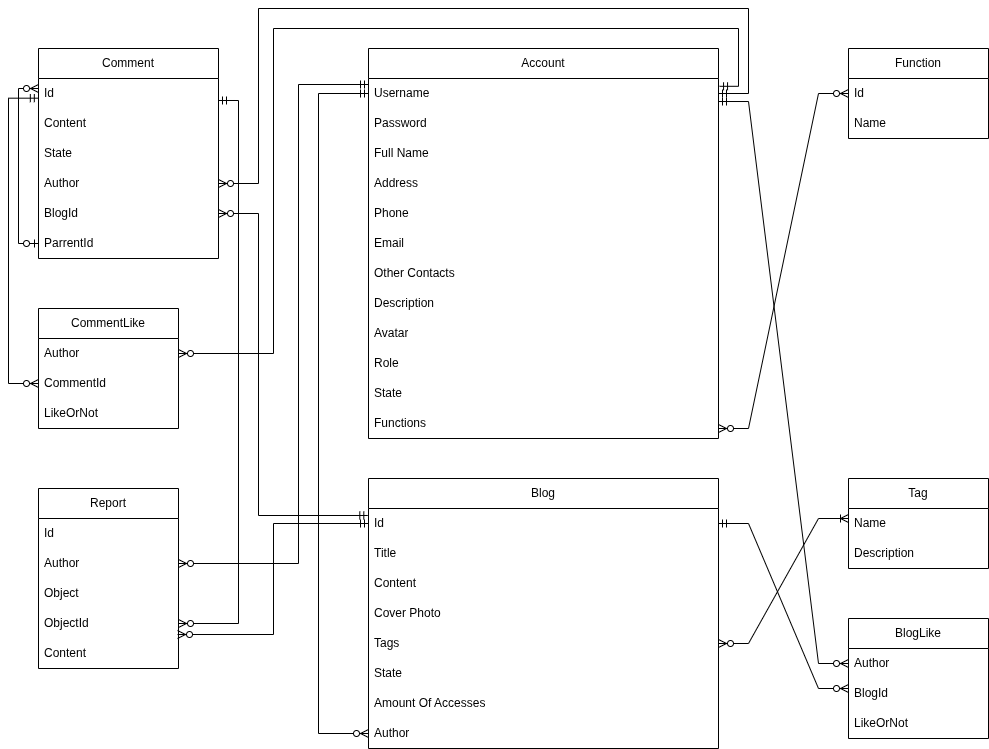
The draw.io diagram README/BlogAppDiagram.png in kieudangkimbao2000/BlogApp, before a commit. Source tidied: cells renumbered, new cells last; positions are measured from the earlier drawing's top-left corner, leaving out a move shared by most shapes.
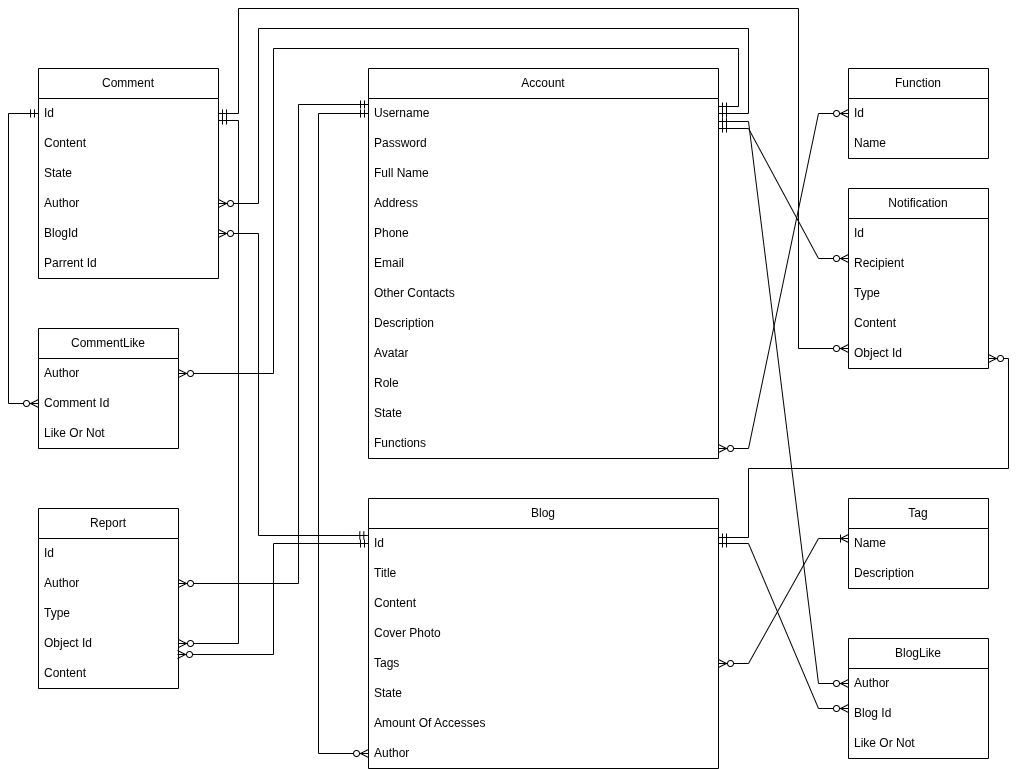
Above is the later version.

Commit message:
[Common + Backend] Modify Entities and Diagram.

The edit, as a diff of the source:
```diff
@@ -104,7 +104,7 @@
     <mxCell id="35" value="BlogId" style="text;strokeColor=none;fillColor=none;align=left;verticalAlign=middle;spacingLeft=4;spacingRight=4;overflow=hidden;points=[[0,0.5],[1,0.5]];portConstraint=eastwest;whiteSpace=wrap;html=1;" parent="30" vertex="1">
       <mxGeometry y="150" width="180" height="30" as="geometry" />
     </mxCell>
-    <mxCell id="36" value="ParrentId" style="text;strokeColor=none;fillColor=none;align=left;verticalAlign=middle;spacingLeft=4;spacingRight=4;overflow=hidden;points=[[0,0.5],[1,0.5]];portConstraint=eastwest;whiteSpace=wrap;html=1;" parent="30" vertex="1">
+    <mxCell id="36" value="Parrent Id" style="text;strokeColor=none;fillColor=none;align=left;verticalAlign=middle;spacingLeft=4;spacingRight=4;overflow=hidden;points=[[0,0.5],[1,0.5]];portConstraint=eastwest;whiteSpace=wrap;html=1;" parent="30" vertex="1">
       <mxGeometry y="180" width="180" height="30" as="geometry" />
     </mxCell>
     <mxCell id="37" value="CommentLike" style="swimlane;fontStyle=0;horizontal=1;startSize=30;whiteSpace=wrap;html=1;" parent="1" vertex="1">
@@ -113,10 +113,10 @@
     <mxCell id="38" value="Author" style="text;strokeColor=none;fillColor=none;align=left;verticalAlign=middle;spacingLeft=4;spacingRight=4;overflow=hidden;points=[[0,0.5],[1,0.5]];portConstraint=eastwest;whiteSpace=wrap;html=1;" parent="37" vertex="1">
       <mxGeometry y="30" width="140" height="30" as="geometry" />
     </mxCell>
-    <mxCell id="39" value="CommentId" style="text;strokeColor=none;fillColor=none;align=left;verticalAlign=middle;spacingLeft=4;spacingRight=4;overflow=hidden;points=[[0,0.5],[1,0.5]];portConstraint=eastwest;whiteSpace=wrap;html=1;" parent="37" vertex="1">
+    <mxCell id="39" value="Comment Id" style="text;strokeColor=none;fillColor=none;align=left;verticalAlign=middle;spacingLeft=4;spacingRight=4;overflow=hidden;points=[[0,0.5],[1,0.5]];portConstraint=eastwest;whiteSpace=wrap;html=1;" parent="37" vertex="1">
       <mxGeometry y="60" width="140" height="30" as="geometry" />
     </mxCell>
-    <mxCell id="40" value="LikeOrNot" style="text;strokeColor=none;fillColor=none;align=left;verticalAlign=middle;spacingLeft=4;spacingRight=4;overflow=hidden;whiteSpace=wrap;html=1;" parent="37" vertex="1">
+    <mxCell id="40" value="Like Or Not" style="text;strokeColor=none;fillColor=none;align=left;verticalAlign=middle;spacingLeft=4;spacingRight=4;overflow=hidden;whiteSpace=wrap;html=1;" parent="37" vertex="1">
       <mxGeometry y="90" width="140" height="30" as="geometry" />
     </mxCell>
     <mxCell id="41" value="BlogLike" style="swimlane;fontStyle=0;horizontal=1;startSize=30;whiteSpace=wrap;html=1;" parent="1" vertex="1">
@@ -125,10 +125,10 @@
     <mxCell id="42" value="Author" style="text;strokeColor=none;fillColor=none;align=left;verticalAlign=middle;spacingLeft=4;spacingRight=4;overflow=hidden;points=[[0,0.5],[1,0.5]];portConstraint=eastwest;whiteSpace=wrap;html=1;" parent="41" vertex="1">
       <mxGeometry y="30" width="140" height="30" as="geometry" />
     </mxCell>
-    <mxCell id="43" value="BlogId" style="text;strokeColor=none;fillColor=none;align=left;verticalAlign=middle;spacingLeft=4;spacingRight=4;overflow=hidden;whiteSpace=wrap;html=1;" parent="41" vertex="1">
+    <mxCell id="43" value="Blog Id" style="text;strokeColor=none;fillColor=none;align=left;verticalAlign=middle;spacingLeft=4;spacingRight=4;overflow=hidden;whiteSpace=wrap;html=1;" parent="41" vertex="1">
       <mxGeometry y="60" width="140" height="30" as="geometry" />
     </mxCell>
-    <mxCell id="44" value="LikeOrNot" style="text;strokeColor=none;fillColor=none;align=left;verticalAlign=middle;spacingLeft=4;spacingRight=4;overflow=hidden;whiteSpace=wrap;html=1;" parent="41" vertex="1">
+    <mxCell id="44" value="Like Or Not" style="text;strokeColor=none;fillColor=none;align=left;verticalAlign=middle;spacingLeft=4;spacingRight=4;overflow=hidden;whiteSpace=wrap;html=1;" parent="41" vertex="1">
       <mxGeometry y="90" width="140" height="30" as="geometry" />
     </mxCell>
     <mxCell id="45" value="Report" style="swimlane;fontStyle=0;horizontal=1;startSize=30;whiteSpace=wrap;html=1;" parent="1" vertex="1">
@@ -140,10 +140,10 @@
     <mxCell id="47" value="Author" style="text;strokeColor=none;fillColor=none;align=left;verticalAlign=middle;spacingLeft=4;spacingRight=4;overflow=hidden;points=[[0,0.5],[1,0.5]];portConstraint=eastwest;whiteSpace=wrap;html=1;" parent="45" vertex="1">
       <mxGeometry y="60" width="140" height="30" as="geometry" />
     </mxCell>
-    <mxCell id="48" value="Object" style="text;strokeColor=none;fillColor=none;align=left;verticalAlign=middle;spacingLeft=4;spacingRight=4;overflow=hidden;whiteSpace=wrap;html=1;" parent="45" vertex="1">
+    <mxCell id="48" value="Type" style="text;strokeColor=none;fillColor=none;align=left;verticalAlign=middle;spacingLeft=4;spacingRight=4;overflow=hidden;whiteSpace=wrap;html=1;" parent="45" vertex="1">
       <mxGeometry y="90" width="140" height="30" as="geometry" />
     </mxCell>
-    <mxCell id="49" value="ObjectId" style="text;strokeColor=none;fillColor=none;align=left;verticalAlign=middle;spacingLeft=4;spacingRight=4;overflow=hidden;points=[[0,0.5],[1,0.5]];portConstraint=eastwest;whiteSpace=wrap;html=1;" parent="45" vertex="1">
+    <mxCell id="49" value="Object Id" style="text;strokeColor=none;fillColor=none;align=left;verticalAlign=middle;spacingLeft=4;spacingRight=4;overflow=hidden;points=[[0,0.5],[1,0.5]];portConstraint=eastwest;whiteSpace=wrap;html=1;" parent="45" vertex="1">
       <mxGeometry y="120" width="140" height="30" as="geometry" />
     </mxCell>
     <mxCell id="50" value="Content" style="text;strokeColor=none;fillColor=none;align=left;verticalAlign=middle;spacingLeft=4;spacingRight=4;overflow=hidden;whiteSpace=wrap;html=1;" parent="45" vertex="1">
@@ -181,15 +181,16 @@
     <mxCell id="55" style="edgeStyle=orthogonalEdgeStyle;fontSize=12;html=1;endArrow=ERzeroToMany;startArrow=ERmandOne;rounded=0;entryX=0.993;entryY=0.867;entryDx=0;entryDy=0;exitX=0;exitY=0.5;exitDx=0;exitDy=0;entryPerimeter=0;" parent="1" edge="1" source="19" target="49">
       <mxGeometry relative="1" as="geometry" />
     </mxCell>
-    <mxCell id="56" style="edgeStyle=elbowEdgeStyle;fontSize=12;html=1;endArrow=ERzeroToMany;startArrow=ERmandOne;rounded=0;entryX=0;entryY=0.5;entryDx=0;entryDy=0;exitX=-0.001;exitY=0.656;exitDx=0;exitDy=0;elbow=vertical;exitPerimeter=0;" parent="1" edge="1" source="31" target="39">
+    <mxCell id="56" style="edgeStyle=elbowEdgeStyle;fontSize=12;html=1;endArrow=ERzeroToMany;startArrow=ERmandOne;rounded=0;entryX=0;entryY=0.5;entryDx=0;entryDy=0;exitX=0;exitY=0.5;exitDx=0;exitDy=0;elbow=vertical;" parent="1" edge="1" source="31" target="39">
       <mxGeometry relative="1" as="geometry">
         <Array as="points">
           <mxPoint y="220" />
         </Array>
       </mxGeometry>
     </mxCell>
-    <mxCell id="57" style="edgeStyle=orthogonalEdgeStyle;fontSize=12;html=1;endArrow=ERzeroToMany;startArrow=ERmandOne;rounded=0;entryX=1;entryY=0.5;entryDx=0;entryDy=0;elbow=vertical;exitX=1.003;exitY=0.26;exitDx=0;exitDy=0;exitPerimeter=0;" parent="1" edge="1" source="3" target="38">
+    <mxCell id="57" style="edgeStyle=orthogonalEdgeStyle;fontSize=12;html=1;endArrow=ERzeroToMany;startArrow=ERmandOne;rounded=0;entryX=1;entryY=0.5;entryDx=0;entryDy=0;elbow=vertical;" parent="1" edge="1" target="38">
       <mxGeometry relative="1" as="geometry">
+        <mxPoint x="710" y="78" as="sourcePoint" />
         <Array as="points">
           <mxPoint x="730" y="78" />
           <mxPoint x="730" y="20" />
@@ -230,14 +231,52 @@
         <mxPoint x="710" y="420" as="sourcePoint" />
       </mxGeometry>
     </mxCell>
-    <mxCell id="63" style="edgeStyle=orthogonalEdgeStyle;fontSize=12;html=1;endArrow=ERzeroToMany;startArrow=ERzeroToOne;rounded=0;exitX=0;exitY=0.5;exitDx=0;exitDy=0;" parent="1" edge="1" source="36">
-      <mxGeometry relative="1" as="geometry">
-        <mxPoint x="30" y="80" as="targetPoint" />
-        <Array as="points">
-          <mxPoint x="10" y="235" />
-          <mxPoint x="10" y="80" />
-        </Array>
-      </mxGeometry>
-    </mxCell>
+    <mxCell id="64" value="Notification" style="swimlane;fontStyle=0;horizontal=1;startSize=30;whiteSpace=wrap;html=1;" parent="1" vertex="1">
+      <mxGeometry x="840" y="160" width="140" height="180" as="geometry" />
+    </mxCell>
+    <mxCell id="65" value="Id" style="text;strokeColor=none;fillColor=none;align=left;verticalAlign=middle;spacingLeft=4;spacingRight=4;overflow=hidden;whiteSpace=wrap;html=1;" parent="64" vertex="1">
+      <mxGeometry y="30" width="140" height="30" as="geometry" />
+    </mxCell>
+    <mxCell id="66" value="Recipient" style="text;strokeColor=none;fillColor=none;align=left;verticalAlign=middle;spacingLeft=4;spacingRight=4;overflow=hidden;whiteSpace=wrap;html=1;" parent="64" vertex="1">
+      <mxGeometry y="60" width="140" height="30" as="geometry" />
+    </mxCell>
+    <mxCell id="67" value="Type" style="text;strokeColor=none;fillColor=none;align=left;verticalAlign=middle;spacingLeft=4;spacingRight=4;overflow=hidden;whiteSpace=wrap;html=1;" parent="64" vertex="1">
+      <mxGeometry y="90" width="140" height="30" as="geometry" />
+    </mxCell>
+    <mxCell id="68" value="Content" style="text;strokeColor=none;fillColor=none;align=left;verticalAlign=middle;spacingLeft=4;spacingRight=4;overflow=hidden;whiteSpace=wrap;html=1;" parent="64" vertex="1">
+      <mxGeometry y="120" width="140" height="30" as="geometry" />
+    </mxCell>
+    <mxCell id="69" value="Object Id" style="text;strokeColor=none;fillColor=none;align=left;verticalAlign=middle;spacingLeft=4;spacingRight=4;overflow=hidden;whiteSpace=wrap;html=1;" parent="64" vertex="1">
+      <mxGeometry y="150" width="140" height="30" as="geometry" />
+    </mxCell>
+    <mxCell id="70" style="edgeStyle=entityRelationEdgeStyle;fontSize=12;html=1;endArrow=ERzeroToMany;startArrow=ERmandOne;rounded=0;" parent="1" edge="1">
+      <mxGeometry relative="1" as="geometry">
+        <mxPoint x="710" y="100" as="sourcePoint" />
+        <mxPoint x="840" y="230" as="targetPoint" />
+      </mxGeometry>
+    </mxCell>
+    <mxCell id="71" style="edgeStyle=orthogonalEdgeStyle;fontSize=12;html=1;endArrow=ERzeroToMany;startArrow=ERmandOne;rounded=0;exitX=1;exitY=0.5;exitDx=0;exitDy=0;" parent="1" edge="1" source="31">
+      <mxGeometry relative="1" as="geometry">
+        <mxPoint x="840" y="320" as="targetPoint" />
+        <Array as="points">
+          <mxPoint x="230" y="85" />
+          <mxPoint x="230" y="-20" />
+          <mxPoint x="790" y="-20" />
+          <mxPoint x="790" y="320" />
+        </Array>
+      </mxGeometry>
+    </mxCell>
+    <mxCell id="72" style="edgeStyle=orthogonalEdgeStyle;fontSize=12;html=1;endArrow=ERzeroToMany;startArrow=ERmandOne;rounded=0;exitX=1.009;exitY=0.133;exitDx=0;exitDy=0;exitPerimeter=0;" parent="1" edge="1">
+      <mxGeometry relative="1" as="geometry">
+        <mxPoint x="710" y="509" as="sourcePoint" />
+        <mxPoint x="980" y="330" as="targetPoint" />
+        <Array as="points">
+          <mxPoint x="740" y="509" />
+          <mxPoint x="740" y="440" />
+          <mxPoint x="1000" y="440" />
+          <mxPoint x="1000" y="330" />
+        </Array>
+      </mxGeometry>
+    </mxCell>
   </root>
 </mxGraphModel>
```
